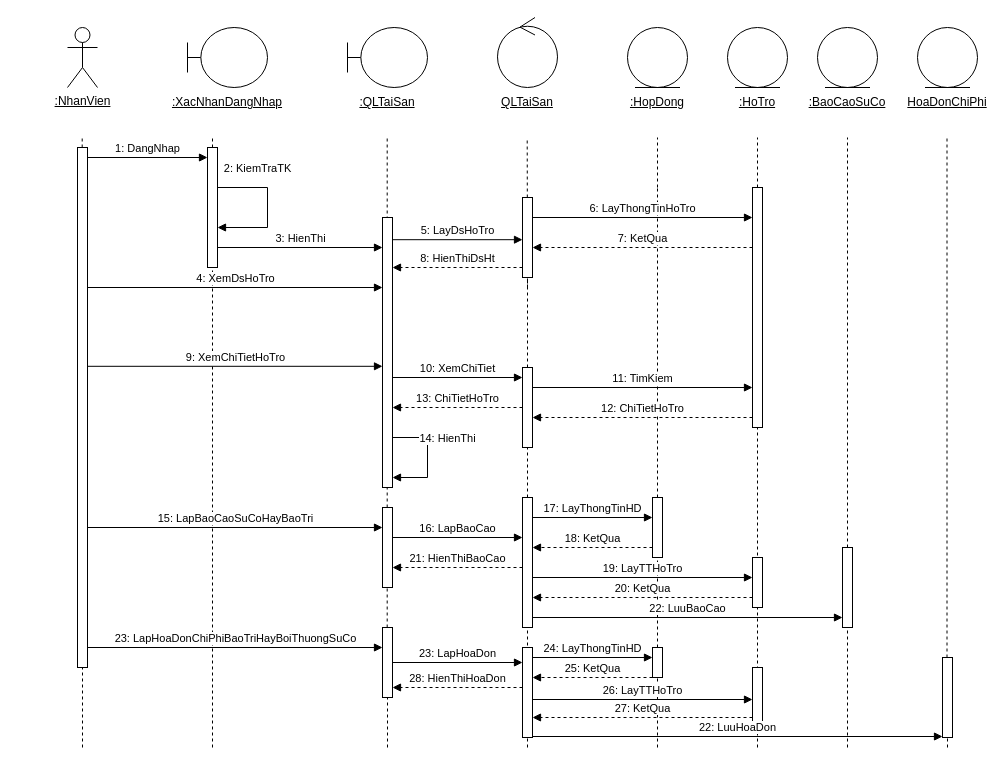
Nguyeniris123/DH22IT01OU keeps this draw.io diagram as Phân tích thiết kế hệ thống/Tuan7/Tuantu/TuantuQlTaiSan.drawio. Above is the earlier version. Source tidied: cells renumbered, new cells numbered last; positions are measured from the earlier drawing's top-left corner, leaving out a move shared by most shapes. Both pictures are drawn from the tidied source at 100%, with x=0, y=0 at pixel (67, 17).
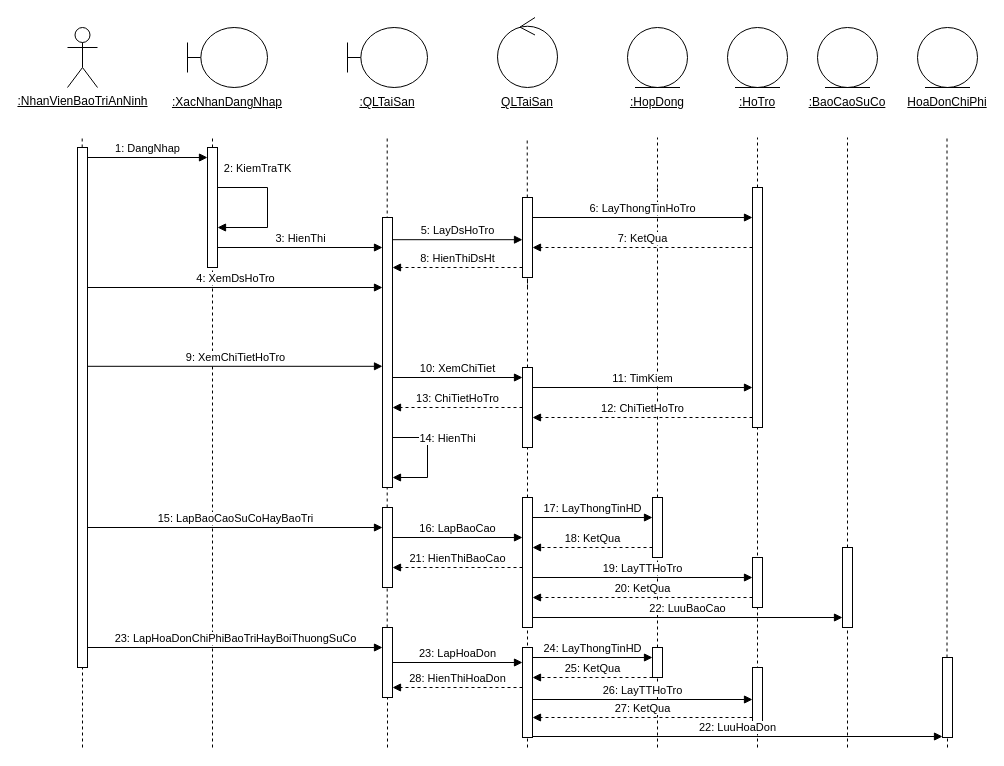
Above is the later version.

The edit, as a diff of the source:
```diff
@@
-    <mxCell id="2" value="&lt;span style=&quot;text-wrap: wrap;&quot;&gt;&lt;u&gt;:NhanVien&lt;/u&gt;&lt;/span&gt;" style="shape=umlActor;verticalLabelPosition=bottom;verticalAlign=top;html=1;" parent="1" vertex="1">
+    <mxCell id="2" value="&lt;span style=&quot;text-wrap: wrap;&quot;&gt;&lt;u&gt;:NhanVienBaoTriAnNinh&lt;/u&gt;&lt;/span&gt;" style="shape=umlActor;verticalLabelPosition=bottom;verticalAlign=top;html=1;" parent="1" vertex="1">
       <mxGeometry y="10" width="30" height="60" as="geometry" />
     </mxCell>
```
